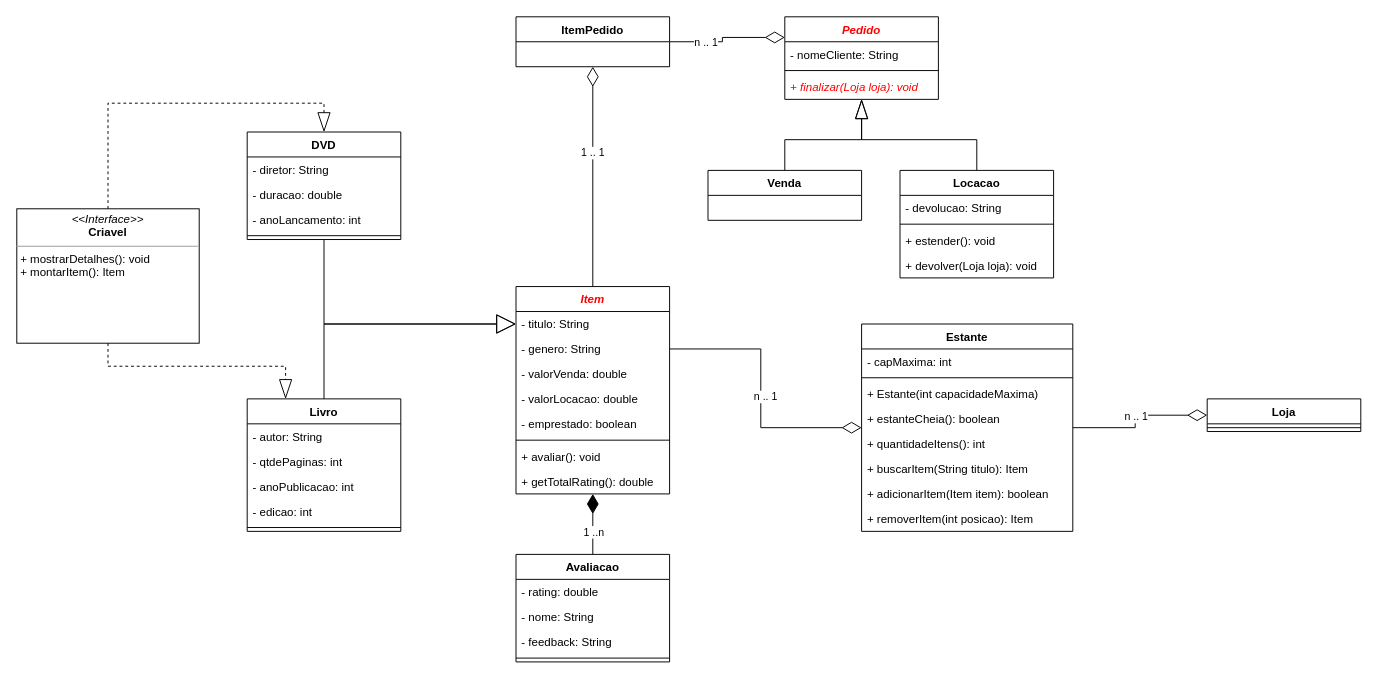
Earlier version of the draw.io diagram page "Livraria" (3 of 8) of diagramas.drawio (hannaBanannaOF/entra21-git-inicio). Source tidied: cells renumbered, new cells numbered last; positions are measured from the earlier drawing's top-left corner, leaving out a move shared by most shapes. Both pictures are drawn from the tidied source at 96%, with x=0, y=0 at pixel (16, 16).
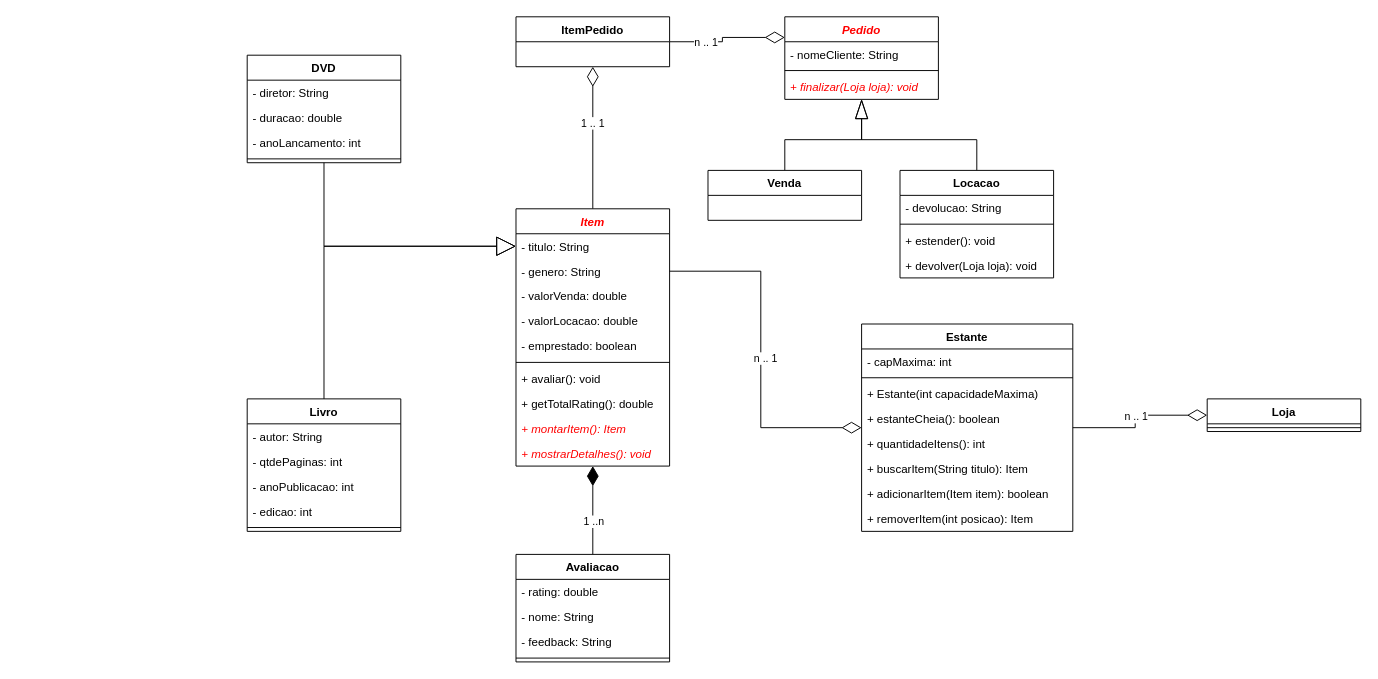
Above is the later version.

Unchanged cells that the change refers to:
```xml
<mxCell id="16" value="Livro" style="swimlane;fontStyle=1;align=center;verticalAlign=top;horizontal=1;startSize=26;" parent="1" vertex="1">
  <mxGeometry x="240" y="398" width="160" height="138" as="geometry" />
</mxCell>
```

The edit, as a diff of the source:
```diff
@@
     <mxCell id="41" value="Item" style="swimlane;fontStyle=3;align=center;verticalAlign=top;horizontal=1;startSize=26;fontColor=#FF0000;" parent="1" vertex="1">
-      <mxGeometry x="520" y="281" width="160" height="216" as="geometry" />
+      <mxGeometry x="520" y="200" width="160" height="268" as="geometry" />
     </mxCell>
@@
+    <mxCell id="66" value="+ montarItem(): Item" style="text;strokeColor=none;fillColor=none;align=left;verticalAlign=top;spacingLeft=4;spacingRight=4;overflow=hidden;fontStyle=2;fontColor=#FF0000;" parent="41" vertex="1">
+      <mxGeometry y="216" width="160" height="26" as="geometry" />
+    </mxCell>
+    <mxCell id="67" value="+ mostrarDetalhes(): void" style="text;strokeColor=none;fillColor=none;align=left;verticalAlign=top;spacingLeft=4;spacingRight=4;overflow=hidden;fontStyle=2;fontColor=#FF0000;" parent="41" vertex="1">
+      <mxGeometry y="242" width="160" height="26" as="geometry" />
+    </mxCell>
@@
     <mxCell id="51" value="DVD" style="swimlane;fontStyle=1;align=center;verticalAlign=top;horizontal=1;startSize=26;" parent="1" vertex="1">
-      <mxGeometry x="240" y="120" width="160" height="112" as="geometry" />
+      <mxGeometry x="240" y="40" width="160" height="112" as="geometry" />
     </mxCell>
@@
-    <mxCell id="56" style="edgeStyle=orthogonalEdgeStyle;rounded=0;jettySize=auto;html=1;exitX=0.5;exitY=0;exitDx=0;exitDy=0;endArrow=blockThin;endFill=0;startArrow=none;startFill=0;dashed=1;endSize=18;entryX=0.5;entryY=0;entryDx=0;entryDy=0;" parent="1" edge="1" source="58" target="51">
-      <mxGeometry relative="1" as="geometry" />
-    </mxCell>
-    <mxCell id="57" style="edgeStyle=orthogonalEdgeStyle;rounded=0;jettySize=auto;html=1;exitX=0.5;exitY=1;exitDx=0;exitDy=0;dashed=1;startArrow=none;startFill=0;endArrow=blockThin;endFill=0;endSize=18;entryX=0.25;entryY=0;entryDx=0;entryDy=0;" parent="1" edge="1" source="58" target="16">
-      <mxGeometry relative="1" as="geometry" />
-    </mxCell>
-    <mxCell id="58" value="&lt;p style=&quot;margin:0px;margin-top:4px;text-align:center;&quot;&gt;&lt;i&gt;&amp;lt;&amp;lt;Interface&amp;gt;&amp;gt;&lt;/i&gt;&lt;br&gt;&lt;b&gt;Criavel&lt;/b&gt;&lt;/p&gt;&lt;hr size=&quot;1&quot;&gt;&lt;p style=&quot;margin:0px;margin-left:4px;&quot;&gt;+ mostrarDetalhes(): void&lt;br&gt;&lt;/p&gt;&lt;p style=&quot;margin:0px;margin-left:4px;&quot;&gt;+ montarItem(): Item&lt;/p&gt;" style="verticalAlign=top;align=left;overflow=fill;fontSize=12;fontFamily=Helvetica;html=1;" parent="1" vertex="1">
-      <mxGeometry y="200" width="190" height="140" as="geometry" />
-    </mxCell>
```
